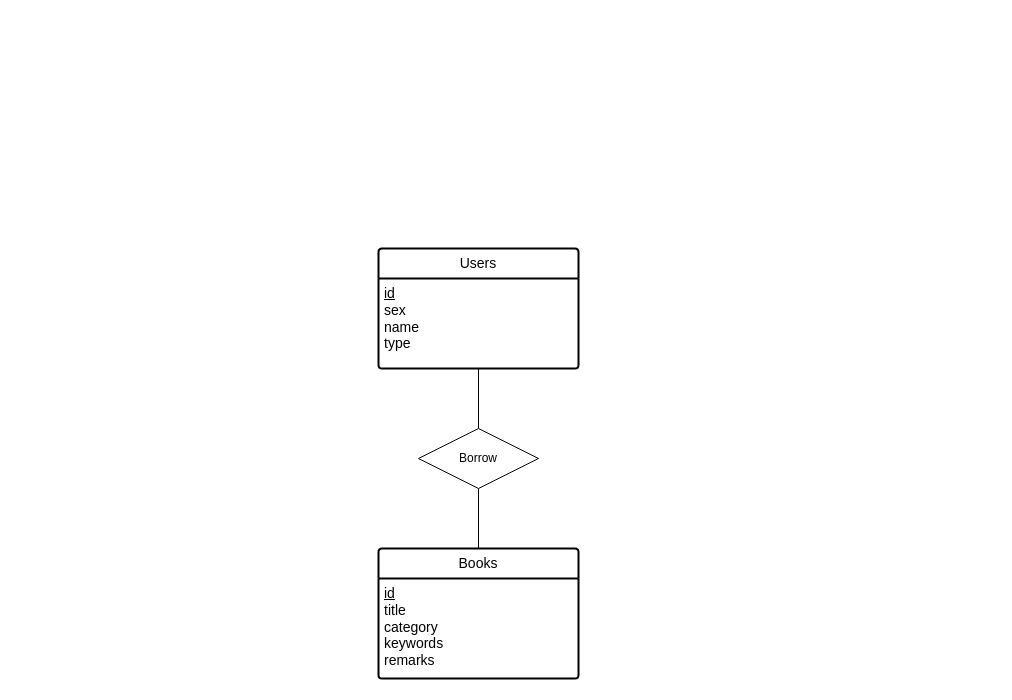
This is MyLearnings/Database/exp3_database_erd.drawio from ICONQUESTION/ICONQUESTION, a draw.io file, before an edit. Source tidied: cells renumbered, new cells numbered last; positions are measured from the earlier drawing's top-left corner, leaving out a move shared by most shapes. Both pictures are drawn from the tidied source at 100%, with x=0, y=0 at pixel (378, 248).
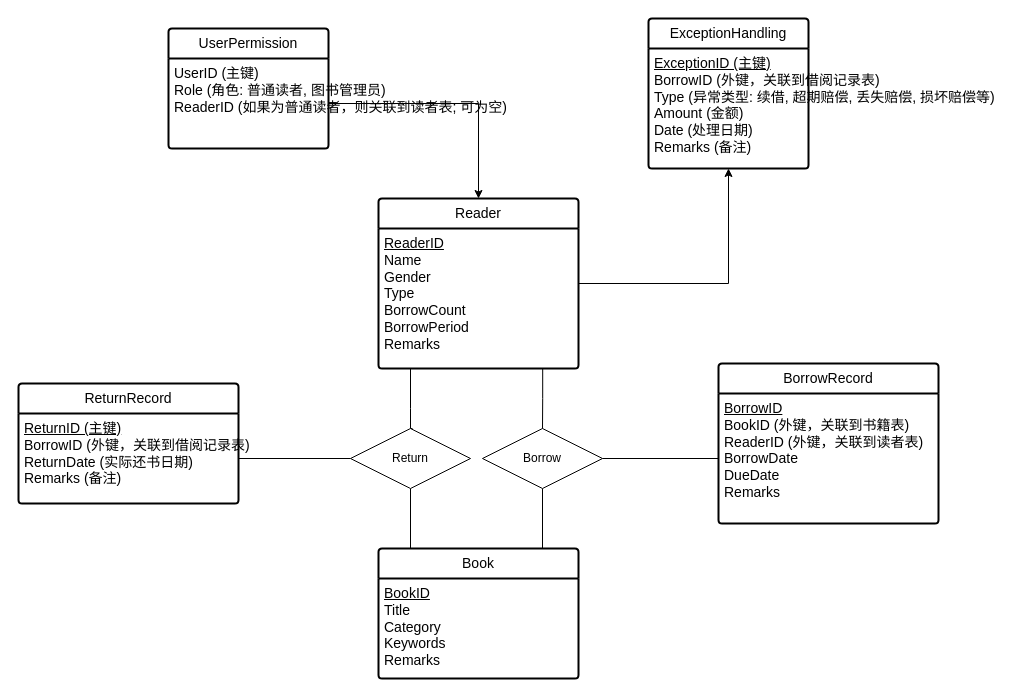
The same page after the edit.

What changed in the source:
```diff
@@
+    <mxCell id="9" style="edgeStyle=orthogonalEdgeStyle;rounded=0;jettySize=auto;html=1;" parent="1" edge="1" source="2" target="17">
+      <mxGeometry relative="1" as="geometry" />
+    </mxCell>
-    <mxCell id="2" value="Users" style="swimlane;horizontal=1;startSize=30;rounded=1;fontSize=14;fontStyle=0;strokeWidth=2;shadow=0;dashed=0;align=center;arcSize=4;whiteSpace=wrap;html=1;swimlaneLine=1;" parent="1" vertex="1">
-      <mxGeometry width="200" height="120" as="geometry" />
+    <mxCell id="2" value="Reader" style="swimlane;horizontal=1;startSize=30;rounded=1;fontSize=14;fontStyle=0;strokeWidth=2;shadow=0;dashed=0;align=center;arcSize=4;whiteSpace=wrap;html=1;swimlaneLine=1;" parent="1" vertex="1">
+      <mxGeometry y="-50" width="200" height="170" as="geometry" />
     </mxCell>
-    <mxCell id="3" value="&lt;span style=&quot;font-size: 14px;&quot;&gt;&lt;u&gt;id&lt;/u&gt;&lt;/span&gt;&lt;div&gt;&lt;span style=&quot;font-size: 14px;&quot;&gt;sex&lt;/span&gt;&lt;/div&gt;&lt;div&gt;&lt;span style=&quot;font-size: 14px;&quot;&gt;name&lt;/span&gt;&lt;/div&gt;&lt;div&gt;&lt;span style=&quot;font-size: 14px;&quot;&gt;type&lt;/span&gt;&lt;/div&gt;" style="align=left;strokeColor=none;fillColor=none;spacingLeft=4;fontSize=12;verticalAlign=top;html=1;" parent="2" vertex="1">
-      <mxGeometry y="30" width="200" height="90" as="geometry" />
+    <mxCell id="3" value="&lt;div&gt;&lt;span style=&quot;font-size: 14px;&quot;&gt;&lt;u&gt;ReaderID&lt;/u&gt;&lt;/span&gt;&lt;/div&gt;&lt;div&gt;&lt;span style=&quot;font-size: 14px;&quot;&gt;Name&lt;/span&gt;&lt;/div&gt;&lt;div&gt;&lt;span style=&quot;font-size: 14px;&quot;&gt;Gender&lt;/span&gt;&lt;/div&gt;&lt;div&gt;&lt;span style=&quot;font-size: 14px;&quot;&gt;Type&lt;/span&gt;&lt;/div&gt;&lt;div&gt;&lt;span style=&quot;font-size: 14px;&quot;&gt;BorrowCount&lt;/span&gt;&lt;/div&gt;&lt;div&gt;&lt;span style=&quot;font-size: 14px;&quot;&gt;BorrowPeriod&lt;/span&gt;&lt;/div&gt;&lt;div&gt;&lt;span style=&quot;font-size: 14px;&quot;&gt;Remarks&lt;/span&gt;&lt;/div&gt;" style="align=left;strokeColor=none;fillColor=none;spacingLeft=4;fontSize=12;verticalAlign=top;html=1;" parent="2" vertex="1">
+      <mxGeometry y="30" width="200" height="140" as="geometry" />
     </mxCell>
     <mxCell id="4" style="edgeStyle=orthogonalEdgeStyle;rounded=0;jettySize=auto;html=1;exitX=0.5;exitY=1;exitDx=0;exitDy=0;entryX=0.5;entryY=0;entryDx=0;entryDy=0;endArrow=none;endFill=0;" parent="1" edge="1" source="5" target="7">
-      <mxGeometry relative="1" as="geometry" />
+      <mxGeometry relative="1" as="geometry">
+        <Array as="points">
+          <mxPoint x="164" y="300" />
+        </Array>
+      </mxGeometry>
     </mxCell>
+    <mxCell id="10" style="edgeStyle=orthogonalEdgeStyle;rounded=0;jettySize=auto;html=1;endArrow=none;endFill=0;" parent="1" edge="1" source="5" target="13">
+      <mxGeometry relative="1" as="geometry" />
+    </mxCell>
+    <mxCell id="11" style="edgeStyle=orthogonalEdgeStyle;rounded=0;jettySize=auto;html=1;endArrow=none;endFill=0;" parent="1" edge="1" source="22" target="15">
+      <mxGeometry relative="1" as="geometry" />
+    </mxCell>
     <mxCell id="5" value="Borrow" style="shape=rhombus;perimeter=rhombusPerimeter;whiteSpace=wrap;html=1;align=center;" parent="1" vertex="1">
-      <mxGeometry x="40" y="180" width="120" height="60" as="geometry" />
+      <mxGeometry x="104" y="180" width="120" height="60" as="geometry" />
     </mxCell>
-    <mxCell id="6" style="edgeStyle=orthogonalEdgeStyle;rounded=0;jettySize=auto;html=1;endArrow=none;endFill=0;" parent="1" edge="1" source="3" target="5">
+    <mxCell id="6" style="edgeStyle=orthogonalEdgeStyle;rounded=0;jettySize=auto;html=1;endArrow=none;endFill=0;exitX=0.821;exitY=0.999;exitDx=0;exitDy=0;exitPerimeter=0;" parent="1" edge="1" source="3" target="5">
       <mxGeometry relative="1" as="geometry" />
     </mxCell>
-    <mxCell id="7" value="Books" style="swimlane;horizontal=1;startSize=30;rounded=1;fontSize=14;fontStyle=0;strokeWidth=2;shadow=0;dashed=0;align=center;arcSize=4;whiteSpace=wrap;html=1;swimlaneLine=1;" parent="1" vertex="1">
+    <mxCell id="7" value="Book" style="swimlane;horizontal=1;startSize=30;rounded=1;fontSize=14;fontStyle=0;strokeWidth=2;shadow=0;dashed=0;align=center;arcSize=4;whiteSpace=wrap;html=1;swimlaneLine=1;" parent="1" vertex="1">
       <mxGeometry y="300" width="200" height="130" as="geometry" />
     </mxCell>
-    <mxCell id="8" value="&lt;span style=&quot;font-size: 14px;&quot;&gt;&lt;u&gt;id&lt;/u&gt;&lt;/span&gt;&lt;div&gt;&lt;span style=&quot;font-size: 14px;&quot;&gt;title&lt;/span&gt;&lt;/div&gt;&lt;div&gt;&lt;span style=&quot;font-size: 14px;&quot;&gt;category&lt;/span&gt;&lt;/div&gt;&lt;div&gt;&lt;span style=&quot;font-size: 14px;&quot;&gt;keywords&lt;/span&gt;&lt;/div&gt;&lt;div&gt;&lt;span style=&quot;font-size: 14px;&quot;&gt;remarks&lt;/span&gt;&lt;/div&gt;" style="align=left;strokeColor=none;fillColor=none;spacingLeft=4;fontSize=12;verticalAlign=top;html=1;" parent="7" vertex="1">
+    <mxCell id="8" value="&lt;div&gt;&lt;span style=&quot;font-size: 14px;&quot;&gt;&lt;u&gt;BookID&lt;/u&gt;&lt;/span&gt;&lt;/div&gt;&lt;div&gt;&lt;span style=&quot;font-size: 14px;&quot;&gt;Title&lt;/span&gt;&lt;/div&gt;&lt;div&gt;&lt;span style=&quot;font-size: 14px;&quot;&gt;Category&lt;/span&gt;&lt;/div&gt;&lt;div&gt;&lt;span style=&quot;font-size: 14px;&quot;&gt;Keywords&lt;/span&gt;&lt;/div&gt;&lt;div&gt;&lt;span style=&quot;font-size: 14px;&quot;&gt;Remarks&lt;/span&gt;&lt;/div&gt;&lt;div&gt;&lt;br&gt;&lt;/div&gt;" style="align=left;strokeColor=none;fillColor=none;spacingLeft=4;fontSize=12;verticalAlign=top;html=1;" parent="7" vertex="1">
       <mxGeometry y="30" width="200" height="100" as="geometry" />
     </mxCell>
+    <mxCell id="12" value="BorrowRecord" style="swimlane;horizontal=1;startSize=30;rounded=1;fontSize=14;fontStyle=0;strokeWidth=2;shadow=0;dashed=0;align=center;arcSize=4;whiteSpace=wrap;html=1;" parent="1" vertex="1">
+      <mxGeometry x="340" y="115" width="220" height="160" as="geometry" />
+    </mxCell>
+    <mxCell id="13" value="&lt;div&gt;&lt;div&gt;&lt;span style=&quot;font-size: 14px;&quot;&gt;&lt;u&gt;BorrowID&lt;/u&gt;&lt;/span&gt;&lt;/div&gt;&lt;div&gt;&lt;span style=&quot;font-size: 14px;&quot;&gt;BookID (外键，关联到书籍表)&lt;/span&gt;&lt;/div&gt;&lt;div&gt;&lt;span style=&quot;font-size: 14px;&quot;&gt;ReaderID (外键，关联到读者表)&lt;/span&gt;&lt;/div&gt;&lt;div&gt;&lt;span style=&quot;font-size: 14px;&quot;&gt;BorrowDate&lt;/span&gt;&lt;/div&gt;&lt;div&gt;&lt;span style=&quot;font-size: 14px;&quot;&gt;DueDate&lt;/span&gt;&lt;/div&gt;&lt;div&gt;&lt;span style=&quot;font-size: 14px;&quot;&gt;Remarks&lt;/span&gt;&lt;/div&gt;&lt;/div&gt;" style="align=left;strokeColor=none;fillColor=none;spacingLeft=4;fontSize=12;verticalAlign=top;html=1;" parent="12" vertex="1">
+      <mxGeometry y="30" width="220" height="130" as="geometry" />
+    </mxCell>
+    <mxCell id="14" value="ReturnRecord" style="swimlane;horizontal=1;startSize=30;rounded=1;fontSize=14;fontStyle=0;strokeWidth=2;shadow=0;dashed=0;align=center;arcSize=4;whiteSpace=wrap;html=1;" parent="1" vertex="1">
+      <mxGeometry x="-360" y="135" width="220" height="120" as="geometry" />
+    </mxCell>
+    <mxCell id="15" value="&lt;div&gt;&lt;span style=&quot;font-size: 14px;&quot;&gt;&lt;u&gt;ReturnID (主键)&lt;/u&gt;&lt;/span&gt;&lt;/div&gt;&lt;div&gt;&lt;span style=&quot;font-size: 14px;&quot;&gt;BorrowID (外键，关联到借阅记录表)&lt;/span&gt;&lt;/div&gt;&lt;div&gt;&lt;span style=&quot;font-size: 14px;&quot;&gt;ReturnDate (实际还书日期)&lt;/span&gt;&lt;/div&gt;&lt;div&gt;&lt;span style=&quot;font-size: 14px;&quot;&gt;Remarks (备注)&lt;/span&gt;&lt;/div&gt;&lt;div&gt;&lt;br&gt;&lt;/div&gt;" style="align=left;strokeColor=none;fillColor=none;spacingLeft=4;fontSize=12;verticalAlign=top;html=1;" parent="14" vertex="1">
+      <mxGeometry y="30" width="220" height="90" as="geometry" />
+    </mxCell>
+    <mxCell id="16" value="ExceptionHandling" style="swimlane;horizontal=1;startSize=30;rounded=1;fontSize=14;fontStyle=0;strokeWidth=2;shadow=0;dashed=0;align=center;arcSize=4;whiteSpace=wrap;html=1;" parent="1" vertex="1">
+      <mxGeometry x="270" y="-230" width="160" height="150" as="geometry" />
+    </mxCell>
+    <mxCell id="17" value="&lt;div&gt;&lt;div&gt;&lt;font style=&quot;font-size: 14px;&quot;&gt;&lt;u&gt;ExceptionID (主键)&lt;/u&gt;&lt;/font&gt;&lt;/div&gt;&lt;div&gt;&lt;font style=&quot;font-size: 14px;&quot;&gt;BorrowID (外键，关联到借阅记录表)&lt;/font&gt;&lt;/div&gt;&lt;div&gt;&lt;font style=&quot;font-size: 14px;&quot;&gt;Type (异常类型: 续借, 超期赔偿, 丢失赔偿, 损坏赔偿等)&lt;/font&gt;&lt;/div&gt;&lt;div&gt;&lt;font style=&quot;font-size: 14px;&quot;&gt;Amount (金额)&lt;/font&gt;&lt;/div&gt;&lt;div&gt;&lt;font style=&quot;font-size: 14px;&quot;&gt;Date (处理日期)&lt;/font&gt;&lt;/div&gt;&lt;div&gt;&lt;font style=&quot;font-size: 14px;&quot;&gt;Remarks (备注)&lt;/font&gt;&lt;/div&gt;&lt;/div&gt;&lt;div&gt;&lt;br&gt;&lt;/div&gt;&lt;div&gt;&lt;br&gt;&lt;/div&gt;" style="align=left;strokeColor=none;fillColor=none;spacingLeft=4;fontSize=12;verticalAlign=top;html=1;" parent="16" vertex="1">
+      <mxGeometry y="30" width="160" height="120" as="geometry" />
+    </mxCell>
+    <mxCell id="18" value="UserPermission" style="swimlane;horizontal=1;startSize=30;rounded=1;fontSize=14;fontStyle=0;strokeWidth=2;shadow=0;dashed=0;align=center;arcSize=4;whiteSpace=wrap;html=1;" parent="1" vertex="1">
+      <mxGeometry x="-210" y="-220" width="160" height="120" as="geometry" />
+    </mxCell>
+    <mxCell id="19" value="&lt;div&gt;&lt;font style=&quot;font-size: 14px;&quot;&gt;UserID (主键)&lt;/font&gt;&lt;/div&gt;&lt;div&gt;&lt;font style=&quot;font-size: 14px;&quot;&gt;Role (角色: 普通读者, 图书管理员)&lt;/font&gt;&lt;/div&gt;&lt;div&gt;&lt;font style=&quot;font-size: 14px;&quot;&gt;ReaderID (如果为普通读者，则关联到读者表; 可为空)&lt;/font&gt;&lt;/div&gt;" style="align=left;strokeColor=none;fillColor=none;spacingLeft=4;fontSize=12;verticalAlign=top;html=1;" parent="18" vertex="1">
+      <mxGeometry y="30" width="160" height="90" as="geometry" />
+    </mxCell>
+    <mxCell id="20" style="edgeStyle=orthogonalEdgeStyle;rounded=0;orthogonalLoop=1;jettySize=auto;html=1;exitX=0.5;exitY=0;exitDx=0;exitDy=0;endArrow=none;endFill=0;" parent="1" edge="1">
+      <mxGeometry relative="1" as="geometry">
+        <mxPoint x="34" y="180" as="sourcePoint" />
+        <mxPoint x="32" y="120" as="targetPoint" />
+        <Array as="points">
+          <mxPoint x="32" y="160" />
+          <mxPoint x="32" y="160" />
+        </Array>
+      </mxGeometry>
+    </mxCell>
+    <mxCell id="21" style="edgeStyle=orthogonalEdgeStyle;rounded=0;jettySize=auto;html=1;exitX=0.5;exitY=1;exitDx=0;exitDy=0;endArrow=none;endFill=0;" parent="1" edge="1" source="22">
+      <mxGeometry relative="1" as="geometry">
+        <mxPoint x="30" y="300" as="targetPoint" />
+        <Array as="points">
+          <mxPoint x="30" y="300" />
+        </Array>
+      </mxGeometry>
+    </mxCell>
+    <mxCell id="22" value="Return" style="shape=rhombus;perimeter=rhombusPerimeter;whiteSpace=wrap;html=1;align=center;" parent="1" vertex="1">
+      <mxGeometry x="-28" y="180" width="120" height="60" as="geometry" />
+    </mxCell>
+    <mxCell id="23" style="edgeStyle=orthogonalEdgeStyle;rounded=0;jettySize=auto;html=1;" parent="1" edge="1" source="19" target="2">
+      <mxGeometry relative="1" as="geometry" />
+    </mxCell>
```
